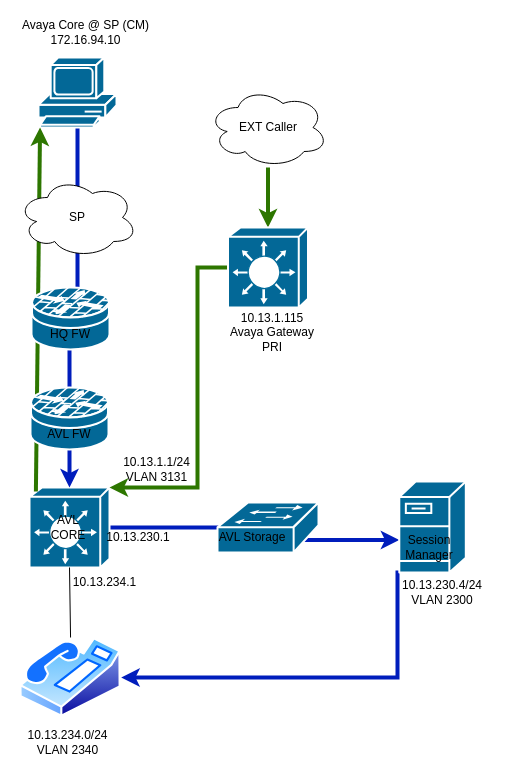
Above: page "Page-1" (1 of 3) of AVL_Phone_Infra.drawio in adamrt918/Diagram (draw.io), before the change. Source tidied: cells renumbered, new cells numbered last; positions are measured from the earlier drawing's top-left corner, leaving out a move shared by most shapes. Both pictures are drawn from the tidied source at 100%, with x=0, y=0 at pixel (17, 17).
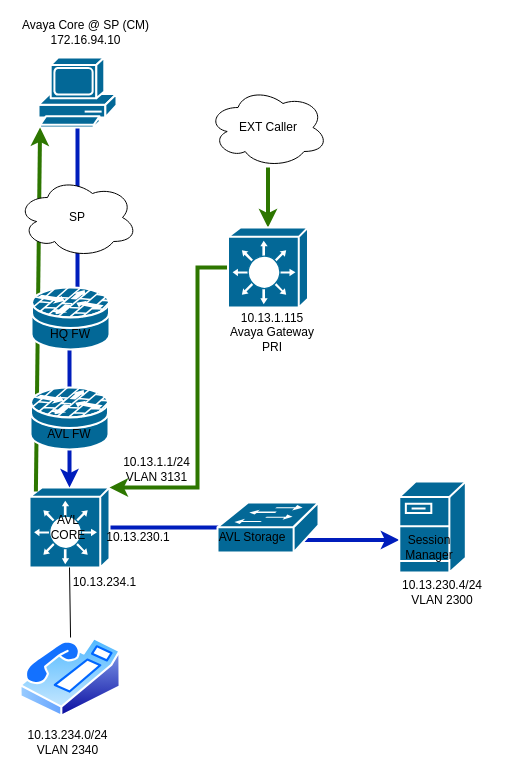
The same diagram, later.

The change refers to these unchanged cells:
```xml
<mxCell id="3" style="image;perimeter=ellipsePerimeter;html=1;align=center;shadow=0;dashed=0;spacingTop=3;image=img/lib/active_directory/phone.svg;" parent="1" vertex="1">
  <mxGeometry x="2.4" y="620" width="101.3" height="80" as="geometry" />
</mxCell>
<mxCell id="13" style="shape=mxgraph.cisco.servers.fileserver;sketch=0;html=1;dashed=0;fillColor=#036897;strokeColor=#ffffff;strokeWidth=2;verticalLabelPosition=bottom;verticalAlign=top;align=center;outlineConnect=0;" parent="1" vertex="1">
  <mxGeometry x="381.8" y="464" width="66.5" height="91" as="geometry" />
</mxCell>
```

Change to the diagram source:
```diff
@@
-    <mxCell id="2" style="edgeStyle=orthogonalEdgeStyle;rounded=0;jettySize=auto;html=1;entryX=1;entryY=0.5;entryDx=0;entryDy=0;exitX=0;exitY=1;exitDx=0;exitDy=0;exitPerimeter=0;strokeWidth=4;fillColor=#0050ef;strokeColor=#001DBC;" parent="1" edge="1" source="13" target="3">
-      <mxGeometry relative="1" as="geometry">
-        <Array as="points">
-          <mxPoint x="380" y="555" />
-          <mxPoint x="380" y="660" />
-        </Array>
-      </mxGeometry>
-    </mxCell>
```
